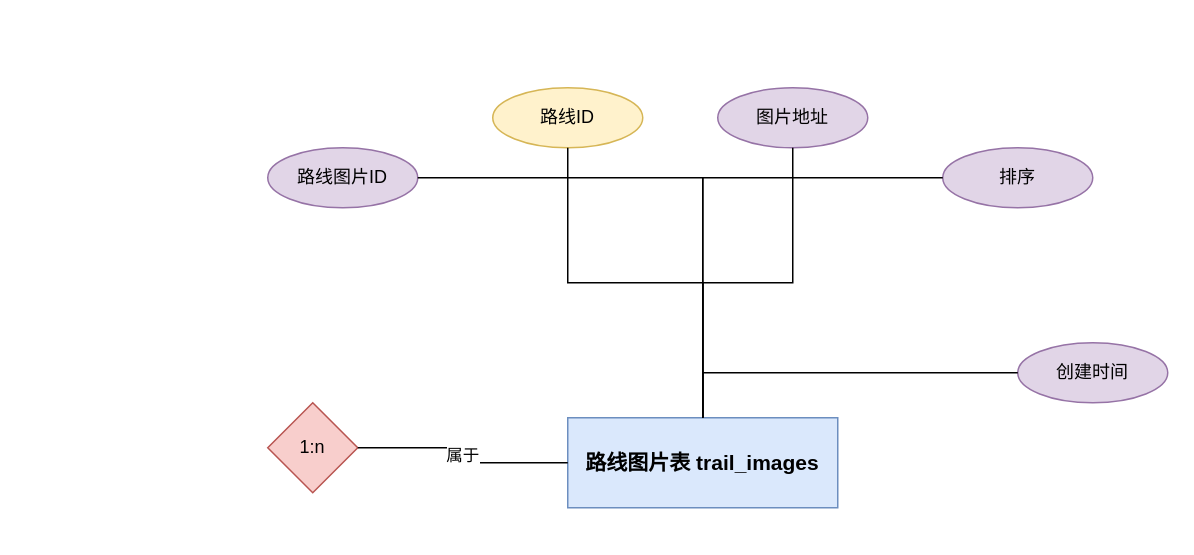
Before: DOCS/architecture-diagrams/sources/路线图片表.drawio in 612cs/TrailQuest, a draw.io diagram. Source tidied: cells renumbered, new cells numbered last; positions are measured from the earlier drawing's top-left corner, leaving out a move shared by most shapes. Both pictures are drawn from the tidied source at 150%, with x=0, y=0 at pixel (267, 87).
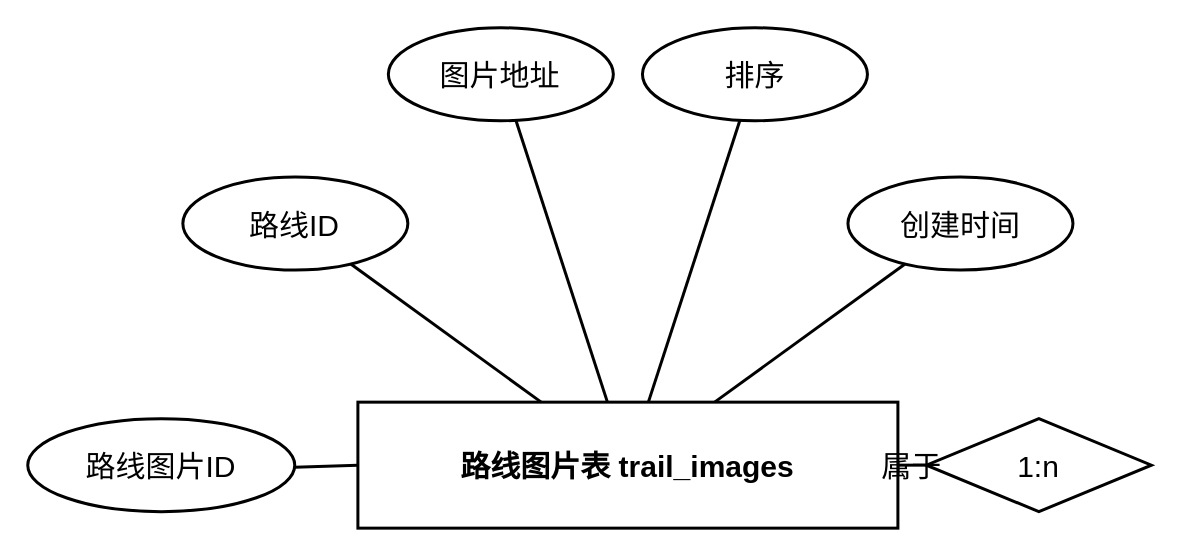
The same page after the edit.

What changed in the source:
```diff
@@
 <mxGraphModel>
   <root>
     <mxCell id="0" />
     <mxCell id="1" parent="0" />
-    <mxCell id="2" value="路线图片表 trail_images" style="rounded=0;whiteSpace=wrap;html=1;fillColor=#dae8fc;strokeColor=#6c8ebf;fontSize=14;fontStyle=1;" parent="1" vertex="1">
-      <mxGeometry x="200" y="220" width="180" height="60" as="geometry" />
+    <mxCell id="2" value="路线图片表 trail_images" style="rounded=0;whiteSpace=wrap;html=1;fillColor=none;strokeColor=#000000;fontSize=20;fontStyle=1;gradientColor=none;fontColor=#000000;strokeWidth=2;shadow=0;glass=0;" parent="1" vertex="1">
+      <mxGeometry x="60.1" y="209.6" width="360" height="84" as="geometry" />
     </mxCell>
-    <mxCell id="3" value="路线图片ID" style="ellipse;whiteSpace=wrap;html=1;fillColor=#e1d5e7;strokeColor=#9673a6;" parent="1" vertex="1">
-      <mxGeometry y="40" width="100" height="40" as="geometry" />
+    <mxCell id="3" value="路线图片ID" style="ellipse;whiteSpace=wrap;html=1;fillColor=none;strokeColor=#000000;gradientColor=none;fontColor=#000000;fontSize=20;strokeWidth=2;shadow=0;glass=0;" parent="1" vertex="1">
+      <mxGeometry x="-160" y="220.6" width="178" height="62" as="geometry" />
     </mxCell>
-    <mxCell id="4" style="edgeStyle=orthogonalEdgeStyle;rounded=0;jettySize=auto;html=1;endArrow=none;endFill=0;" parent="1" edge="1" source="3" target="2">
+    <mxCell id="4" style="rounded=0;html=1;endArrow=none;endFill=0;strokeColor=#000000;strokeWidth=2;" parent="1" edge="1" source="3" target="2">
       <mxGeometry relative="1" as="geometry" />
     </mxCell>
-    <mxCell id="5" value="路线ID" style="ellipse;whiteSpace=wrap;html=1;fillColor=#fff2cc;strokeColor=#d6b656;" parent="1" vertex="1">
-      <mxGeometry x="150" width="100" height="40" as="geometry" />
+    <mxCell id="5" value="路线ID" style="ellipse;whiteSpace=wrap;html=1;fillColor=none;strokeColor=#000000;gradientColor=none;fontColor=#000000;fontSize=20;strokeWidth=2;shadow=0;glass=0;" parent="1" vertex="1">
+      <mxGeometry x="-56.6" y="59.5" width="150" height="62" as="geometry" />
     </mxCell>
-    <mxCell id="6" style="edgeStyle=orthogonalEdgeStyle;rounded=0;jettySize=auto;html=1;endArrow=none;endFill=0;" parent="1" edge="1" source="5" target="2">
+    <mxCell id="6" style="rounded=0;html=1;endArrow=none;endFill=0;strokeColor=#000000;strokeWidth=2;" parent="1" edge="1" source="5" target="2">
       <mxGeometry relative="1" as="geometry" />
     </mxCell>
-    <mxCell id="7" value="图片地址" style="ellipse;whiteSpace=wrap;html=1;fillColor=#e1d5e7;strokeColor=#9673a6;" parent="1" vertex="1">
-      <mxGeometry x="300" width="100" height="40" as="geometry" />
+    <mxCell id="7" value="图片地址" style="ellipse;whiteSpace=wrap;html=1;fillColor=none;strokeColor=#000000;gradientColor=none;fontColor=#000000;fontSize=20;strokeWidth=2;shadow=0;glass=0;" parent="1" vertex="1">
+      <mxGeometry x="80.4" y="-40" width="150" height="62" as="geometry" />
     </mxCell>
-    <mxCell id="8" style="edgeStyle=orthogonalEdgeStyle;rounded=0;jettySize=auto;html=1;endArrow=none;endFill=0;" parent="1" edge="1" source="7" target="2">
+    <mxCell id="8" style="rounded=0;html=1;endArrow=none;endFill=0;strokeColor=#000000;strokeWidth=2;" parent="1" edge="1" source="7" target="2">
       <mxGeometry relative="1" as="geometry" />
     </mxCell>
-    <mxCell id="9" value="排序" style="ellipse;whiteSpace=wrap;html=1;fillColor=#e1d5e7;strokeColor=#9673a6;" parent="1" vertex="1">
-      <mxGeometry x="450" y="40" width="100" height="40" as="geometry" />
+    <mxCell id="9" value="排序" style="ellipse;whiteSpace=wrap;html=1;fillColor=none;strokeColor=#000000;gradientColor=none;fontColor=#000000;fontSize=20;strokeWidth=2;shadow=0;glass=0;" parent="1" vertex="1">
+      <mxGeometry x="249.8" y="-40" width="150" height="62" as="geometry" />
     </mxCell>
-    <mxCell id="10" style="edgeStyle=orthogonalEdgeStyle;rounded=0;jettySize=auto;html=1;endArrow=none;endFill=0;" parent="1" edge="1" source="9" target="2">
+    <mxCell id="10" style="rounded=0;html=1;endArrow=none;endFill=0;strokeColor=#000000;strokeWidth=2;" parent="1" edge="1" source="9" target="2">
       <mxGeometry relative="1" as="geometry" />
     </mxCell>
-    <mxCell id="11" value="创建时间" style="ellipse;whiteSpace=wrap;html=1;fillColor=#e1d5e7;strokeColor=#9673a6;" parent="1" vertex="1">
-      <mxGeometry x="500" y="170" width="100" height="40" as="geometry" />
+    <mxCell id="11" value="创建时间" style="ellipse;whiteSpace=wrap;html=1;fillColor=none;strokeColor=#000000;gradientColor=none;fontColor=#000000;fontSize=20;strokeWidth=2;shadow=0;glass=0;" parent="1" vertex="1">
+      <mxGeometry x="386.8" y="59.5" width="150" height="62" as="geometry" />
     </mxCell>
-    <mxCell id="12" style="edgeStyle=orthogonalEdgeStyle;rounded=0;jettySize=auto;html=1;endArrow=none;endFill=0;" parent="1" edge="1" source="11" target="2">
+    <mxCell id="12" style="rounded=0;html=1;endArrow=none;endFill=0;strokeColor=#000000;strokeWidth=2;" parent="1" edge="1" source="11" target="2">
       <mxGeometry relative="1" as="geometry" />
     </mxCell>
-    <mxCell id="13" value="1:n" style="rhombus;whiteSpace=wrap;html=1;fillColor=#f8cecc;strokeColor=#b85450;fontSize=12;" parent="1" vertex="1">
-      <mxGeometry y="210" width="60" height="60" as="geometry" />
+    <mxCell id="13" value="1:n" style="rhombus;whiteSpace=wrap;html=1;fillColor=none;strokeColor=#000000;fontSize=20;gradientColor=none;fontColor=#000000;strokeWidth=2;shadow=0;glass=0;" parent="1" vertex="1">
+      <mxGeometry x="439.1" y="220.6" width="150" height="62" as="geometry" />
     </mxCell>
-    <mxCell id="14" value="属于" style="edgeStyle=orthogonalEdgeStyle;rounded=0;jettySize=auto;html=1;endArrow=none;endFill=0;" parent="1" edge="1" source="13" target="2">
+    <mxCell id="14" value="属于" style="rounded=0;html=1;endArrow=none;endFill=0;strokeColor=#000000;strokeWidth=2;fontSize=20;fontColor=#000000;fontFamily=Arial;labelBackgroundColor=none;fillColor=none;gradientColor=none;shadow=0;" parent="1" edge="1" source="13" target="2">
       <mxGeometry relative="1" as="geometry" />
     </mxCell>
   </root>
 </mxGraphModel>
```
